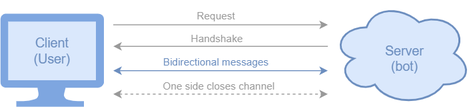
Before: docs/source/img/websocket_diagram.png, a diagram exported from draw.io (BESSER-PEARL/BESSER-Bot-Framework). Source tidied: cells renumbered, new cells last; positions are measured from the earlier drawing's top-left corner, leaving out a move shared by most shapes.
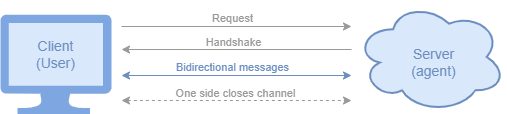
After the change.

The edit, as a diff of the source:
```diff
@@ -19,8 +19,8 @@
     <mxCell id="5" style="ellipse;shape=cloud;whiteSpace=wrap;html=1;fillColor=#dae8fc;strokeColor=#6c8ebf;strokeWidth=2;" parent="1" vertex="1">
       <mxGeometry x="355" width="150" height="111" as="geometry" />
     </mxCell>
-    <mxCell id="6" value="Server&lt;br&gt;(bot)" style="text;html=1;align=center;verticalAlign=middle;strokeColor=none;fillColor=none;fontSize=14;fontColor=#6C8EBF;" parent="1" vertex="1">
-      <mxGeometry x="403" y="36" width="60" height="50" as="geometry" />
+    <mxCell id="6" value="Server&lt;br&gt;(agent)" style="text;html=1;align=center;verticalAlign=middle;strokeColor=none;fillColor=none;fontSize=14;fontColor=#6C8EBF;" parent="1" vertex="1">
+      <mxGeometry x="398" y="36" width="70" height="50" as="geometry" />
     </mxCell>
     <mxCell id="7" style="edgeStyle=orthogonalEdgeStyle;rounded=0;orthogonalLoop=1;jettySize=auto;html=1;strokeColor=#999999;" parent="1" edge="1">
       <mxGeometry relative="1" as="geometry">
```
